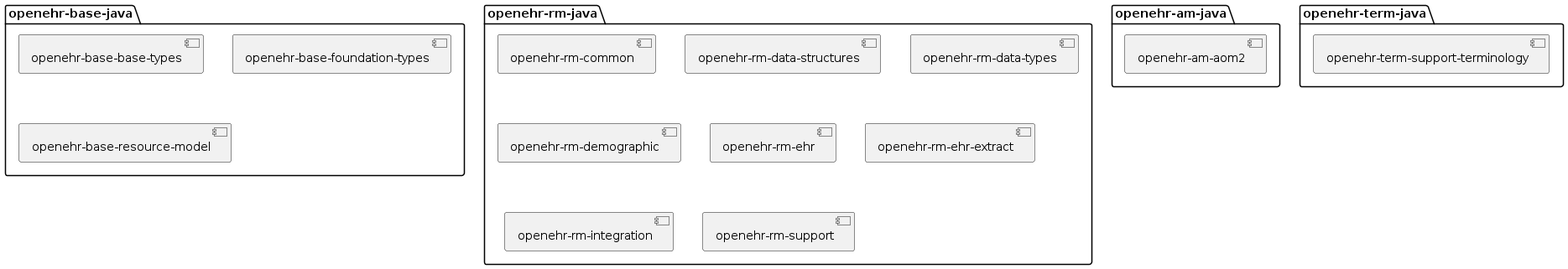
openehr4j/.github keeps this PlantUML diagram as img/overview.png. Above is the earlier version. The source it was exported from:
```plantuml
@startuml undefined

package openehr-am-java {
  component "openehr-am-aom2" as aom2
}

package openehr-base-java {
  component "openehr-base-base-types" as baseTypes
  component "openehr-base-foundation-types" as foundationTypes
  component "openehr-base-resource-model" as resourceModel
}

package openehr-rm-java {
  component "openehr-rm-common" as common
  component "openehr-rm-data-structures" as dataStructures
  component "openehr-rm-data-types" as dataTypes
  component "openehr-rm-demographic" as demographic
  component "openehr-rm-ehr" as ehr
  component "openehr-rm-ehr-extract" as ehrExtract
  component "openehr-rm-integration" as integration
  component "openehr-rm-support" as support
}

package openehr-term-java {
  component "openehr-term-support-terminology" as supportTerminology
}

@enduml
```
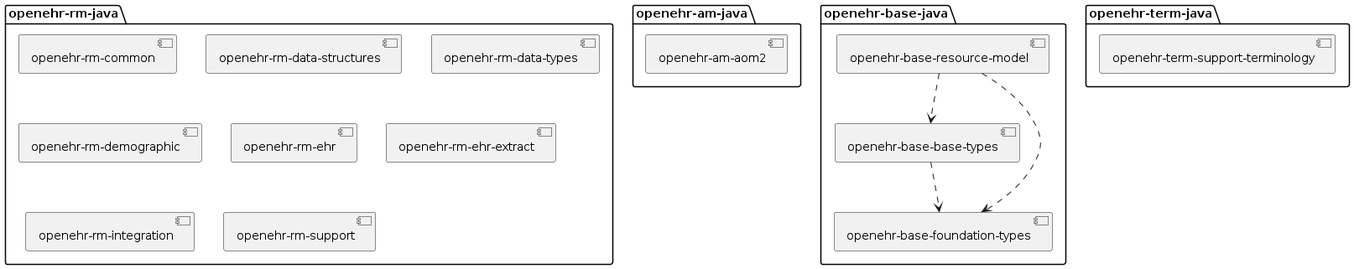
The same diagram one commit later.

Commit message:
Declare dependencies

The edit, as a diff of the source:
```diff
@@ -25,4 +25,8 @@
   component "openehr-term-support-terminology" as supportTerminology
 }
 
+baseTypes ..> foundationTypes
+resourceModel ..> baseTypes
+resourceModel ..> foundationTypes
+
 @enduml
```
